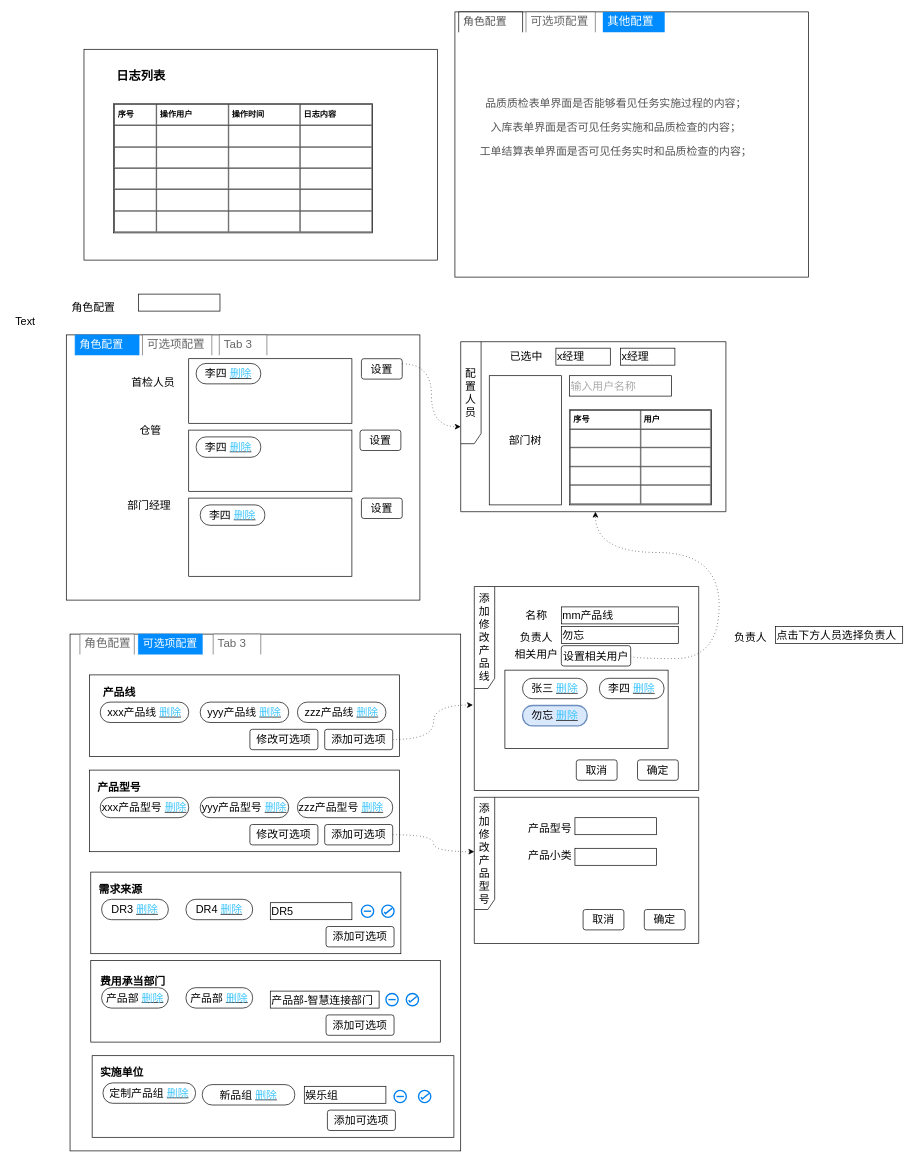
waterwatermelon/graph keeps this draw.io diagram as page "系统管理页面" (2 of 2) of PTS.drawio. Above is the earlier version. Source tidied: cells renumbered, new cells numbered last; positions are measured from the earlier drawing's top-left corner, leaving out a move shared by most shapes. Both pictures are drawn from the tidied source at 68%, with x=0, y=0 at pixel (12, 12).
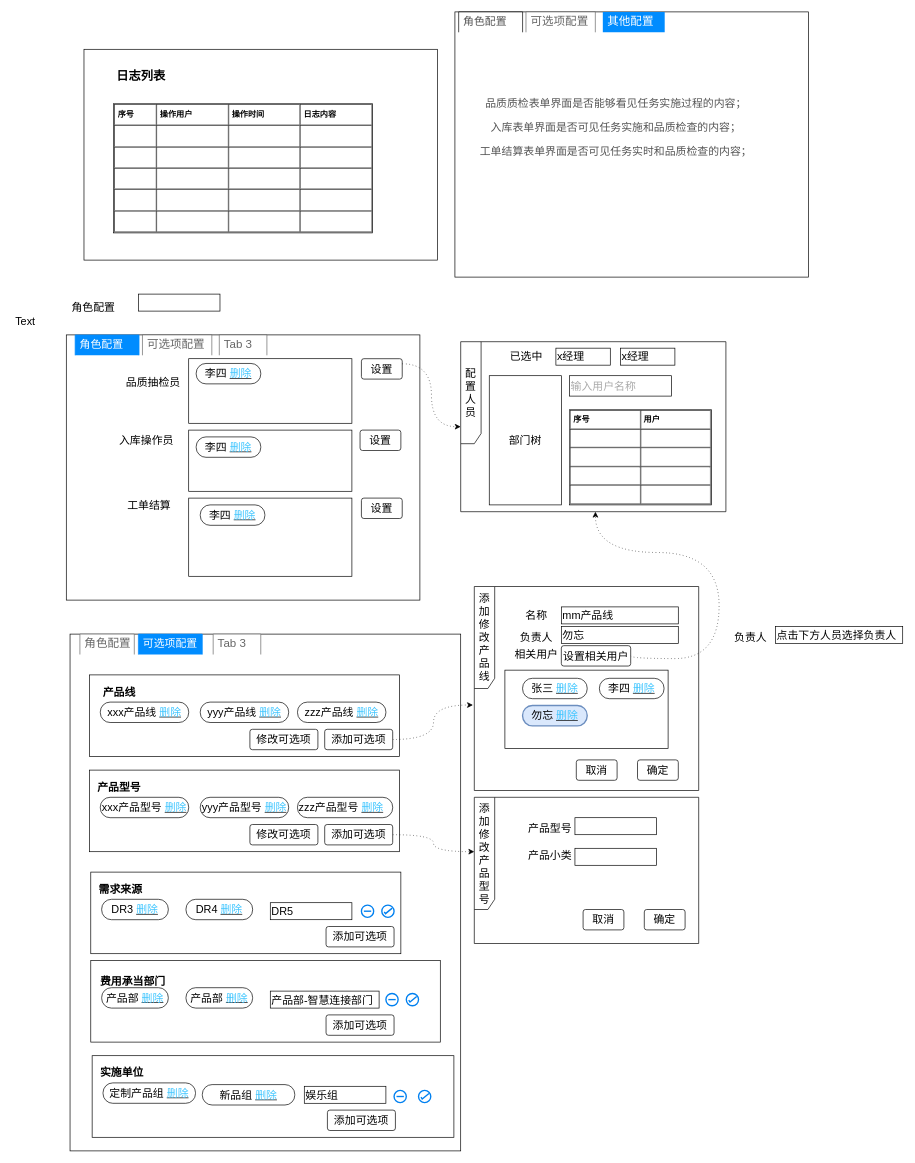
Above is the later version.

The edit, as a diff of the source:
```diff
@@
-    <mxCell id="10" value="首检人员" style="text;strokeColor=none;align=center;verticalAlign=middle;rounded=0;glass=0;sketch=0;fontSize=16;whiteSpace=wrap;" parent="1" vertex="1">
+    <mxCell id="10" value="品质抽检员" style="text;strokeColor=none;align=center;verticalAlign=middle;rounded=0;glass=0;sketch=0;fontSize=16;whiteSpace=wrap;" parent="1" vertex="1">
       <mxGeometry x="118" y="535" width="180" height="19" as="geometry" />
     </mxCell>
-    <mxCell id="11" value="仓管" style="text;html=1;strokeColor=none;fillColor=none;align=center;verticalAlign=middle;whiteSpace=wrap;rounded=0;glass=0;sketch=0;fontSize=16;" parent="1" vertex="1">
-      <mxGeometry x="114" y="605" width="180" height="20" as="geometry" />
+    <mxCell id="11" value="入库操作员" style="text;html=1;strokeColor=none;fillColor=none;align=center;verticalAlign=middle;whiteSpace=wrap;rounded=0;glass=0;sketch=0;fontSize=16;" parent="1" vertex="1">
+      <mxGeometry x="108" y="620" width="180" height="20" as="geometry" />
     </mxCell>
-    <mxCell id="12" value="部门经理" style="text;html=1;strokeColor=none;fillColor=none;align=center;verticalAlign=middle;whiteSpace=wrap;rounded=0;glass=0;sketch=0;fontSize=16;" parent="1" vertex="1">
+    <mxCell id="12" value="工单结算" style="text;html=1;strokeColor=none;fillColor=none;align=center;verticalAlign=middle;whiteSpace=wrap;rounded=0;glass=0;sketch=0;fontSize=16;" parent="1" vertex="1">
       <mxGeometry x="112" y="715" width="180" height="20" as="geometry" />
     </mxCell>
```
